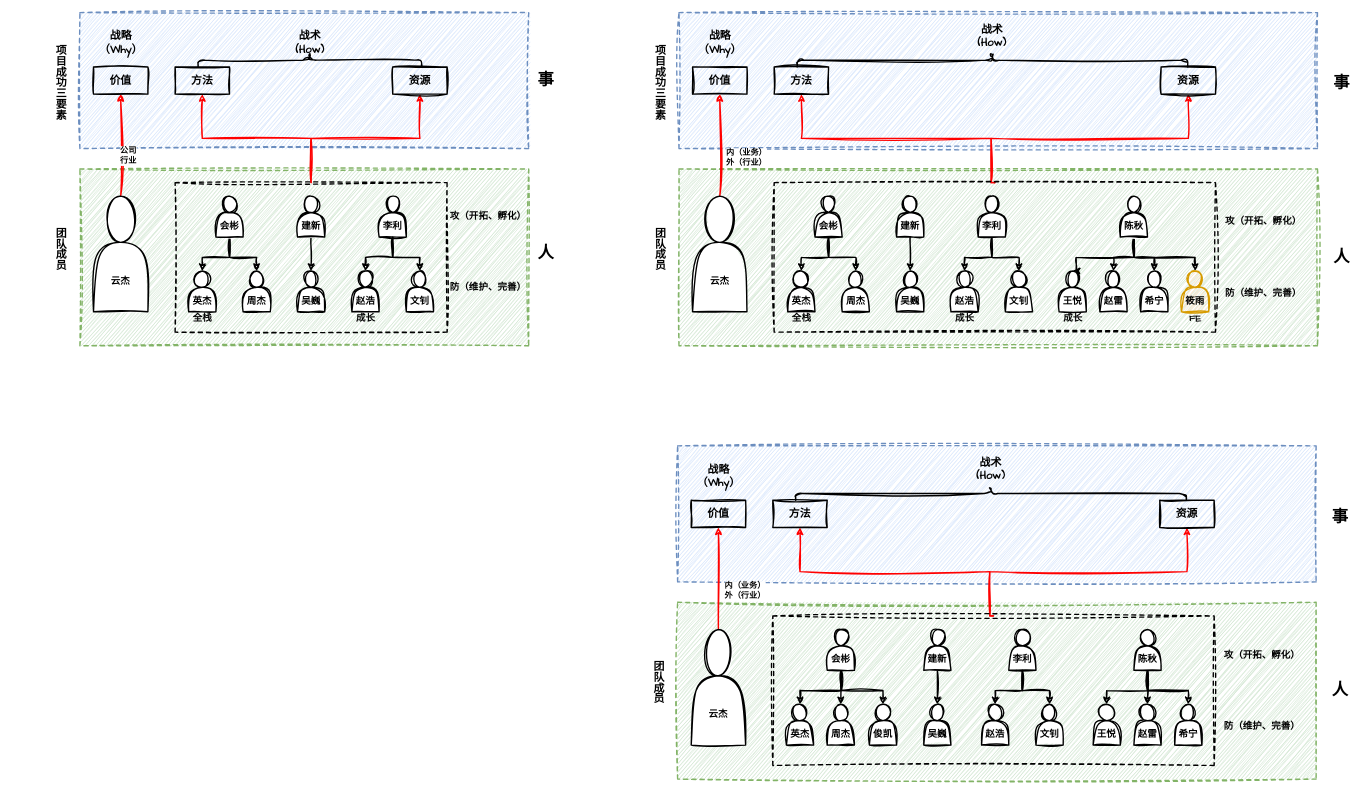
zhuanzhuan-tech/arch-draw-io keeps this draw.io diagram as personal/duyunjie/管理理念.drawio. Above is the earlier version. Source tidied: cells renumbered, new cells numbered last; positions are measured from the earlier drawing's top-left corner, leaving out a move shared by most shapes. Both pictures are drawn from the tidied source at 68%, with x=0, y=0 at pixel (12, -135).
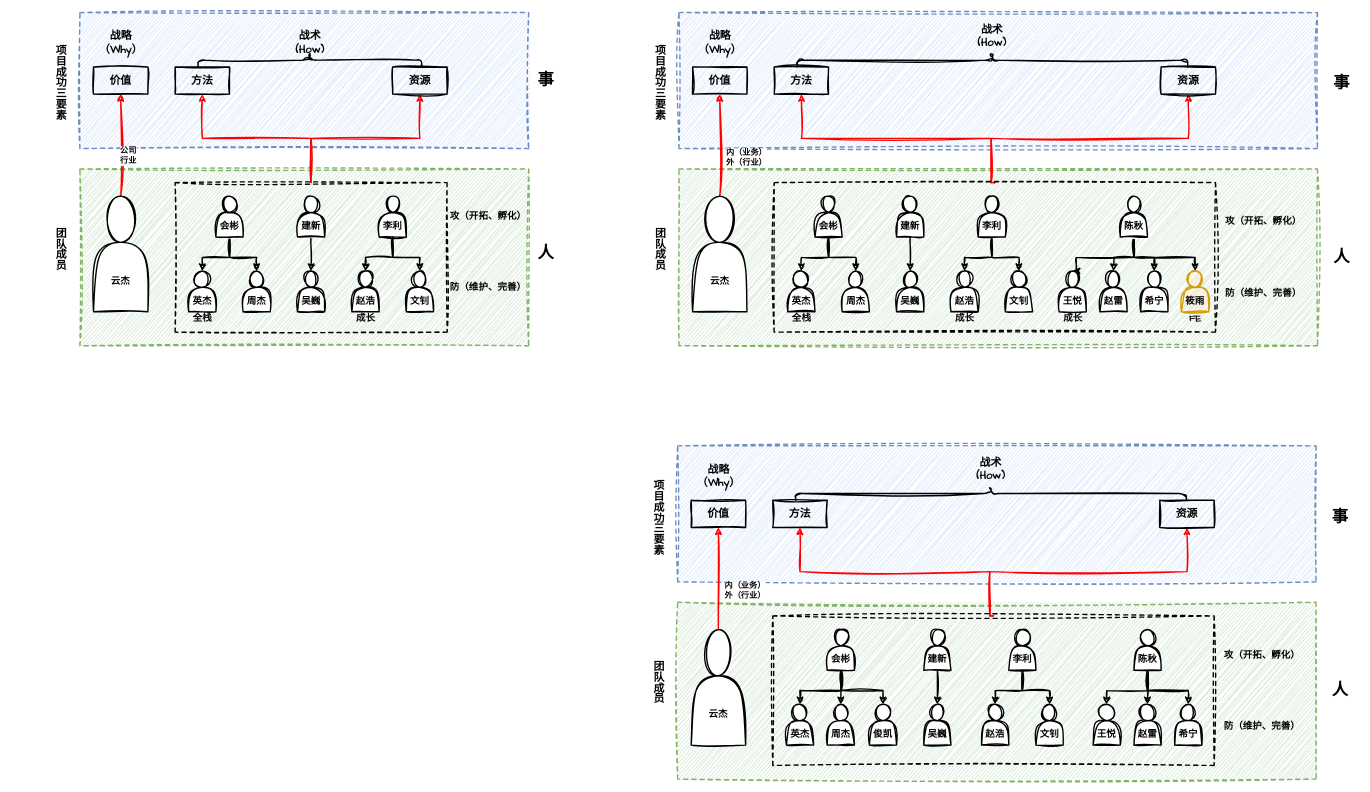
The same page after the edit.

Commit message:
更新管理理念.drawio

What changed in the source:
```diff
@@
+    <mxCell id="124" value="&lt;font style=&quot;font-size: 16px;&quot;&gt;&lt;b&gt;项目成功三要素&lt;/b&gt;&lt;/font&gt;" style="text;html=1;align=center;verticalAlign=middle;strokeColor=none;fillColor=none;fontFamily=Architects Daughter;textDirection=vertical-lr;" parent="1" vertex="1">
+      <mxGeometry x="879" y="957" width="140" height="30" as="geometry" />
+    </mxCell>
```
